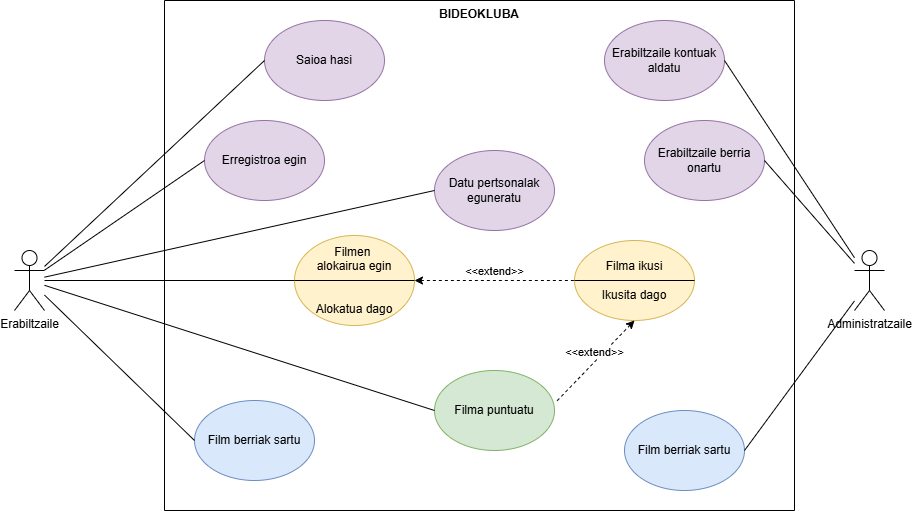
Above: BIDEOKLUBZUZENDUTA.png in TamfuErli/ISAD_PROIEKTU (draw.io), before the change. Source tidied: cells renumbered, new cells last; positions are measured from the earlier drawing's top-left corner, leaving out a move shared by most shapes. Its diagram source:
```xml
<mxGraphModel>
  <root>
    <mxCell id="0" />
    <mxCell id="1" parent="0" />
    <mxCell id="2" value="Erabiltzaile" style="shape=umlActor;verticalLabelPosition=bottom;verticalAlign=top;html=1;outlineConnect=0;" parent="1" vertex="1">
      <mxGeometry y="250" width="30" height="60" as="geometry" />
    </mxCell>
    <mxCell id="3" value="Administratzaile" style="shape=umlActor;verticalLabelPosition=bottom;verticalAlign=top;html=1;outlineConnect=0;" parent="1" vertex="1">
      <mxGeometry x="840" y="250" width="30" height="60" as="geometry" />
    </mxCell>
    <mxCell id="4" value="BIDEOKLUBA" style="swimlane;startSize=0;verticalAlign=top;" parent="1" vertex="1">
      <mxGeometry x="150" width="630" height="510" as="geometry" />
    </mxCell>
    <mxCell id="5" value="Erregistroa egin" style="ellipse;whiteSpace=wrap;html=1;fillColor=#e1d5e7;strokeColor=#9673a6;" parent="4" vertex="1">
      <mxGeometry x="40" y="120" width="120" height="80" as="geometry" />
    </mxCell>
    <mxCell id="6" value="Filmen&amp;nbsp;&lt;div&gt;alokairua egin&lt;div&gt;&lt;br&gt;&lt;/div&gt;&lt;div&gt;&lt;span style=&quot;background-color: initial;&quot;&gt;&lt;br&gt;&lt;/span&gt;&lt;/div&gt;&lt;div&gt;&lt;span style=&quot;background-color: initial;&quot;&gt;Alokatua dago&lt;/span&gt;&lt;br&gt;&lt;/div&gt;&lt;/div&gt;" style="ellipse;whiteSpace=wrap;html=1;fillColor=#fff2cc;strokeColor=#d6b656;" parent="4" vertex="1">
      <mxGeometry x="130" y="235" width="120" height="90" as="geometry" />
    </mxCell>
    <mxCell id="7" value="&lt;br&gt;Filma puntuatu&lt;div&gt;&lt;br/&gt;&lt;/div&gt;" style="ellipse;whiteSpace=wrap;html=1;fillColor=#d5e8d4;strokeColor=#82b366;" parent="4" vertex="1">
      <mxGeometry x="270" y="370" width="120" height="80" as="geometry" />
    </mxCell>
    <mxCell id="8" value="&lt;br&gt;Film berriak sartu&lt;div&gt;&lt;br&gt;&lt;/div&gt;" style="ellipse;whiteSpace=wrap;html=1;fillColor=#dae8fc;strokeColor=#6c8ebf;" parent="4" vertex="1">
      <mxGeometry x="30" y="400" width="120" height="80" as="geometry" />
    </mxCell>
    <mxCell id="9" value="Saioa hasi" style="ellipse;whiteSpace=wrap;html=1;fillColor=#e1d5e7;strokeColor=#9673a6;" parent="4" vertex="1">
      <mxGeometry x="100" y="20" width="120" height="80" as="geometry" />
    </mxCell>
    <mxCell id="10" value="Datu pertsonalak eguneratu" style="ellipse;whiteSpace=wrap;html=1;fillColor=#e1d5e7;strokeColor=#9673a6;" parent="4" vertex="1">
      <mxGeometry x="270" y="150" width="120" height="80" as="geometry" />
    </mxCell>
    <mxCell id="11" value="Erabiltzaile kontuak aldatu" style="ellipse;whiteSpace=wrap;html=1;fillColor=#e1d5e7;strokeColor=#9673a6;" parent="4" vertex="1">
      <mxGeometry x="440" y="20" width="120" height="80" as="geometry" />
    </mxCell>
    <mxCell id="12" value="Filma ikusi&lt;div&gt;&lt;br&gt;&lt;/div&gt;&lt;div&gt;Ikusita dago&lt;/div&gt;" style="ellipse;whiteSpace=wrap;html=1;fillColor=#fff2cc;strokeColor=#d6b656;" parent="4" vertex="1">
      <mxGeometry x="410" y="240" width="120" height="80" as="geometry" />
    </mxCell>
    <mxCell id="13" value="&amp;lt;&amp;lt;extend&amp;gt;&amp;gt;" style="endArrow=none;dashed=1;html=1;rounded=0;endFill=0;verticalAlign=bottom;exitX=1;exitY=0.5;exitDx=0;exitDy=0;startArrow=classic;startFill=1;" parent="4" edge="1" source="6" target="12">
      <mxGeometry relative="1" as="geometry" />
    </mxCell>
    <mxCell id="14" style="endArrow=none;html=1;rounded=0;exitX=0;exitY=0.5;exitDx=0;exitDy=0;entryX=1;entryY=0.5;entryDx=0;entryDy=0;" parent="4" edge="1" source="6" target="6">
      <mxGeometry relative="1" as="geometry" />
    </mxCell>
    <mxCell id="15" value="&amp;lt;&amp;lt;extend&amp;gt;&amp;gt;" style="endArrow=none;dashed=1;html=1;rounded=0;endFill=0;verticalAlign=bottom;exitX=0.5;exitY=1;exitDx=0;exitDy=0;entryX=1.008;entryY=0.4;entryDx=0;entryDy=0;startArrow=classic;startFill=1;entryPerimeter=0;" parent="4" edge="1" source="12" target="7">
      <mxGeometry relative="1" as="geometry" />
    </mxCell>
    <mxCell id="16" style="endArrow=none;html=1;rounded=0;exitX=0;exitY=0.5;exitDx=0;exitDy=0;entryX=1;entryY=0.5;entryDx=0;entryDy=0;" parent="4" edge="1" source="12" target="12">
      <mxGeometry relative="1" as="geometry" />
    </mxCell>
    <mxCell id="17" value="Erabiltzaile berria onartu" style="ellipse;whiteSpace=wrap;html=1;fillColor=#e1d5e7;strokeColor=#9673a6;" parent="4" vertex="1">
      <mxGeometry x="480" y="120" width="120" height="80" as="geometry" />
    </mxCell>
    <mxCell id="18" value="&lt;br&gt;Film berriak sartu&lt;div&gt;&lt;br&gt;&lt;/div&gt;" style="ellipse;whiteSpace=wrap;html=1;fillColor=#dae8fc;strokeColor=#6c8ebf;" parent="4" vertex="1">
      <mxGeometry x="460" y="410" width="120" height="80" as="geometry" />
    </mxCell>
    <mxCell id="19" style="endArrow=none;html=1;rounded=0;entryX=0;entryY=0.5;entryDx=0;entryDy=0;" parent="1" edge="1" source="2" target="5">
      <mxGeometry relative="1" as="geometry" />
    </mxCell>
    <mxCell id="20" style="endArrow=none;html=1;rounded=0;entryX=0;entryY=0.5;entryDx=0;entryDy=0;" parent="1" edge="1" source="2" target="6">
      <mxGeometry relative="1" as="geometry" />
    </mxCell>
    <mxCell id="21" style="endArrow=none;html=1;rounded=0;entryX=0;entryY=0.5;entryDx=0;entryDy=0;" parent="1" edge="1" source="2" target="7">
      <mxGeometry relative="1" as="geometry" />
    </mxCell>
    <mxCell id="22" style="endArrow=none;html=1;rounded=0;entryX=0;entryY=0.5;entryDx=0;entryDy=0;" parent="1" edge="1" source="2" target="8">
      <mxGeometry relative="1" as="geometry" />
    </mxCell>
    <mxCell id="23" style="endArrow=none;html=1;rounded=0;entryX=0;entryY=0.5;entryDx=0;entryDy=0;" parent="1" edge="1" source="2" target="9">
      <mxGeometry relative="1" as="geometry" />
    </mxCell>
    <mxCell id="24" style="endArrow=none;html=1;rounded=0;entryX=0;entryY=0.5;entryDx=0;entryDy=0;" parent="1" edge="1" source="2" target="10">
      <mxGeometry relative="1" as="geometry" />
    </mxCell>
    <mxCell id="25" style="endArrow=none;html=1;rounded=0;exitX=1;exitY=0.5;exitDx=0;exitDy=0;" parent="1" edge="1" source="11" target="3">
      <mxGeometry relative="1" as="geometry" />
    </mxCell>
    <mxCell id="26" style="endArrow=none;html=1;rounded=0;exitX=1;exitY=0.5;exitDx=0;exitDy=0;" parent="1" edge="1" source="17" target="3">
      <mxGeometry relative="1" as="geometry" />
    </mxCell>
    <mxCell id="27" style="endArrow=none;html=1;rounded=0;exitX=1;exitY=0.5;exitDx=0;exitDy=0;" parent="1" edge="1" source="18" target="3">
      <mxGeometry relative="1" as="geometry" />
    </mxCell>
  </root>
</mxGraphModel>
```
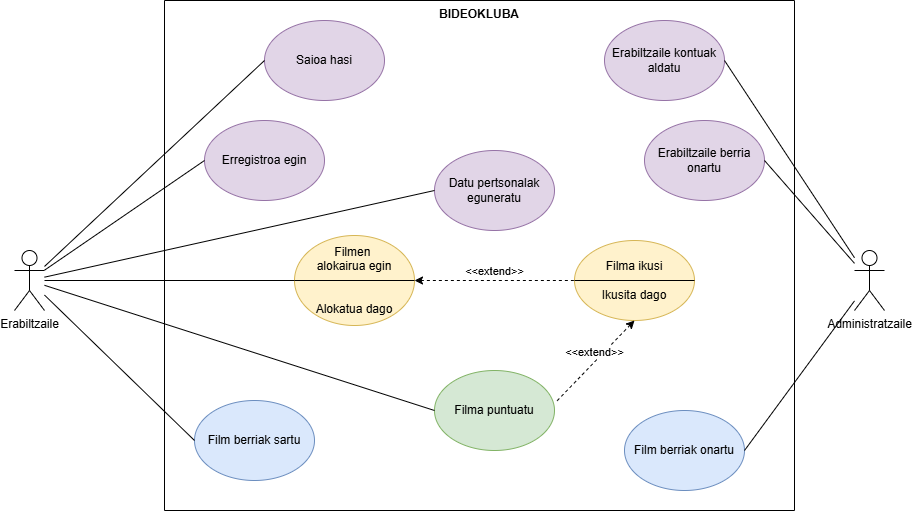
After the commit.

The edit, as a diff of the source:
```diff
@@ -50,7 +50,7 @@
     <mxCell id="17" value="Erabiltzaile berria onartu" style="ellipse;whiteSpace=wrap;html=1;fillColor=#e1d5e7;strokeColor=#9673a6;" parent="4" vertex="1">
       <mxGeometry x="480" y="120" width="120" height="80" as="geometry" />
     </mxCell>
-    <mxCell id="18" value="&lt;br&gt;Film berriak sartu&lt;div&gt;&lt;br&gt;&lt;/div&gt;" style="ellipse;whiteSpace=wrap;html=1;fillColor=#dae8fc;strokeColor=#6c8ebf;" parent="4" vertex="1">
+    <mxCell id="18" value="&lt;br&gt;Film berriak onartu&lt;div&gt;&lt;br&gt;&lt;/div&gt;" style="ellipse;whiteSpace=wrap;html=1;fillColor=#dae8fc;strokeColor=#6c8ebf;" parent="4" vertex="1">
       <mxGeometry x="460" y="410" width="120" height="80" as="geometry" />
     </mxCell>
     <mxCell id="19" style="endArrow=none;html=1;rounded=0;entryX=0;entryY=0.5;entryDx=0;entryDy=0;" parent="1" edge="1" source="2" target="5">
```
